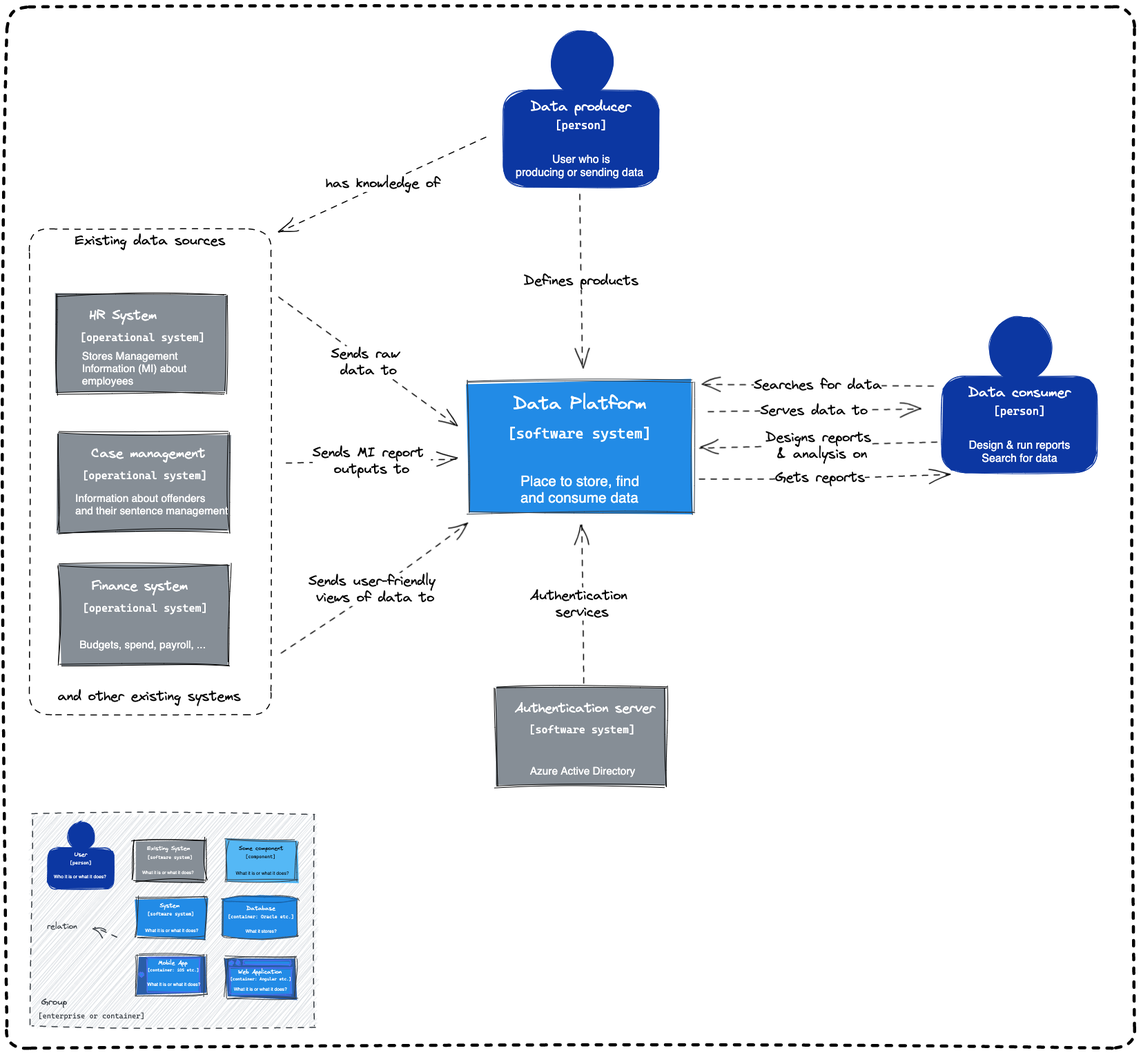
The Excalidraw diagram docs/source/documentation/diagrams/c4-model-level1.excalidraw.png in ministryofjustice/analytical-platform, before a commit. Source tidied: one line per element, renumbered; positions are measured from the earlier drawing's top-left corner, leaving out a move shared by most shapes.
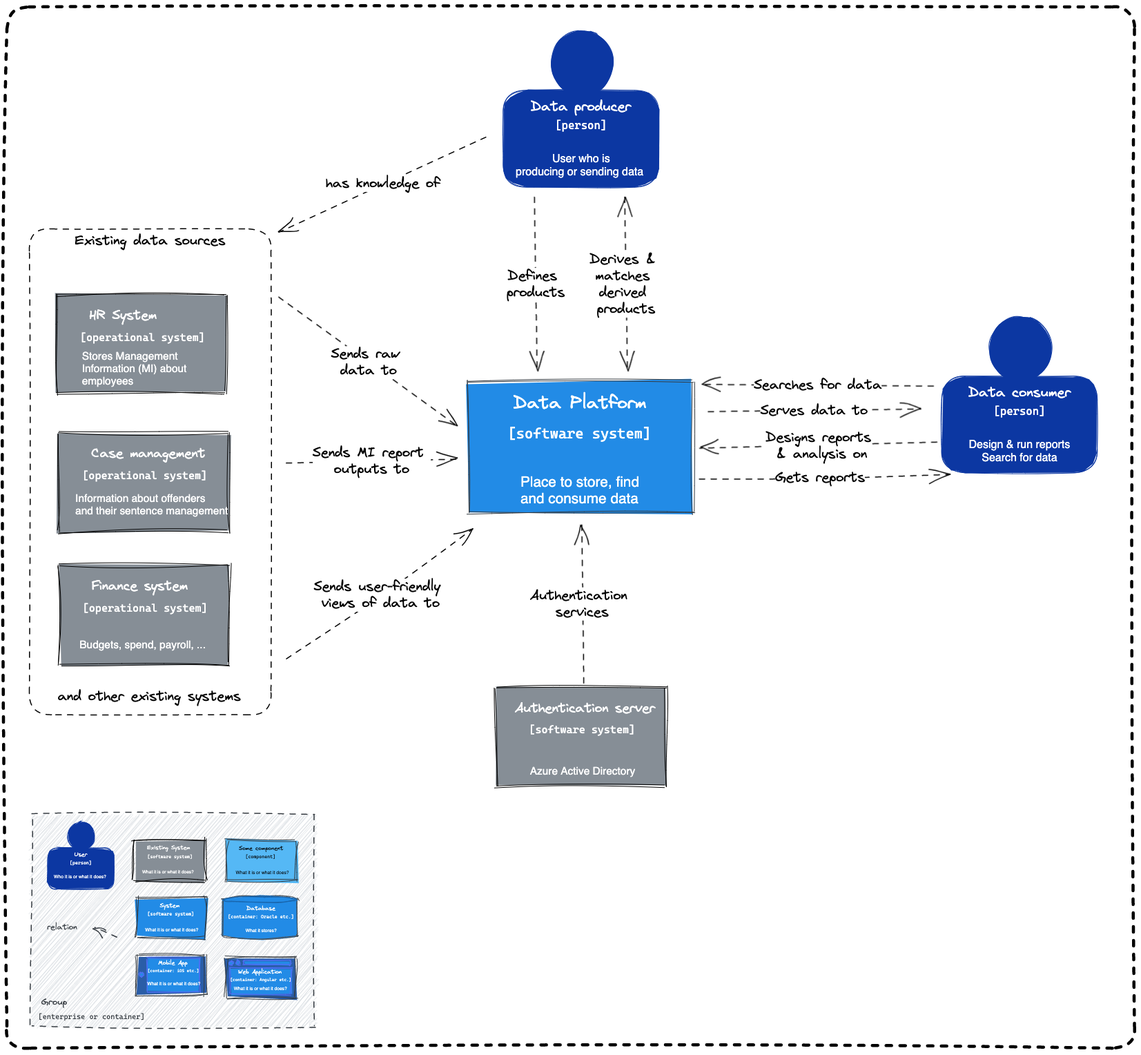
After the change.

Commit message:
add derived data

The edit, as a diff of the source:
```diff
@@ -48,8 +48,8 @@
 {"id": 47, "type": "text", "text": "[operational system]", "strokeColor": "#fff", "backgroundColor": "#55b8f5", "fillStyle": "solid", "strokeWidth": 1, "roughness": 1, "fontSize": 15.43, "fontFamily": 3, "textAlign": "center", "x": 109, "y": 670, "width": 181, "height": 18}
 {"id": 48, "type": "arrow", "strokeColor": "#000000", "strokeWidth": 1, "strokeStyle": "dashed", "roughness": 1, "endArrowhead": "arrow", "round": true, "from": 53, "to": 84, "x": 695, "y": 189, "width": 301, "height": 136, "points": [[0, 0], [-301, 136]]}
 {"id": 49, "type": "text", "text": "has knowledge of", "strokeColor": "#000000", "strokeWidth": 1, "strokeStyle": "dashed", "roughness": 1, "fontSize": 20, "fontFamily": 1, "textAlign": "center", "verticalAlign": "middle", "inside": 48, "x": 462, "y": 244, "width": 166, "height": 24}
-{"id": 50, "type": "arrow", "strokeColor": "#000000", "strokeWidth": 1, "strokeStyle": "dashed", "roughness": 1, "endArrowhead": "arrow", "round": true, "from": 53, "to": 41, "x": 830, "y": 271, "width": 4, "height": 252, "points": [[0, 0], [4, 252]]}
+{"id": 50, "type": "arrow", "strokeColor": "#000000", "strokeWidth": 1, "strokeStyle": "dashed", "roughness": 1, "endArrowhead": "arrow", "round": true, "from": 53, "to": 41, "x": 764, "y": 276, "width": 4, "height": 252, "points": [[0, 0], [4, 252]]}
-{"id": 51, "type": "text", "text": "Defines products", "strokeColor": "#000000", "strokeWidth": 1, "strokeStyle": "dashed", "roughness": 1, "fontSize": 20, "fontFamily": 1, "textAlign": "center", "verticalAlign": "middle", "inside": 50, "x": 749, "y": 385, "width": 166, "height": 24}
+{"id": 51, "type": "text", "text": "Defines \nproducts", "strokeColor": "#000000", "strokeWidth": 1, "strokeStyle": "dashed", "roughness": 1, "fontSize": 20, "fontFamily": 1, "textAlign": "center", "verticalAlign": "middle", "inside": 50, "x": 724, "y": 378, "width": 84, "height": 48}
 {"id": 52, "type": "ellipse", "strokeColor": "#0c37a2", "backgroundColor": "#0c37a2", "fillStyle": "solid", "strokeWidth": 1, "roughness": 1, "x": 788, "y": 34, "width": 90, "height": 95}
 {"id": 53, "type": "rectangle", "strokeColor": "#0c37a2", "backgroundColor": "#0c37a2", "fillStyle": "solid", "strokeWidth": 1, "roughness": 1, "round": true, "x": 719, "y": 121, "width": 225, "height": 140}
 {"id": 54, "type": "text", "text": "Data producer", "strokeColor": "#fff", "backgroundColor": "#0c37a2", "fillStyle": "solid", "strokeWidth": 1, "roughness": 1, "fontSize": 20, "fontFamily": 1, "textAlign": "center", "x": 759, "y": 133, "width": 145, "height": 24}
@@ -65,8 +65,8 @@
 {"id": 64, "type": "text", "text": "Stores Management \nInformation (MI) about\nemployees", "strokeColor": "#fff", "backgroundColor": "#55b8f5", "fillStyle": "solid", "strokeWidth": 1, "roughness": 1, "fontSize": 15.43, "fontFamily": 2, "x": 109, "y": 497, "width": 152, "height": 54}
 {"id": 65, "type": "arrow", "strokeColor": "#000000", "strokeWidth": 1, "strokeStyle": "dashed", "roughness": 1, "endArrowhead": "arrow", "round": true, "from": 84, "to": 41, "x": 405, "y": 661, "width": 247, "height": 6, "points": [[0, 0], [247, -6]]}
 {"id": 66, "type": "text", "text": "Sends MI report \noutputs to", "strokeColor": "#000000", "strokeWidth": 1, "roughness": 1, "fontSize": 20, "fontFamily": 1, "textAlign": "center", "verticalAlign": "middle", "inside": 65, "x": 443, "y": 634, "width": 171, "height": 48}
-{"id": 67, "type": "arrow", "strokeColor": "#000000", "strokeWidth": 1, "strokeStyle": "dashed", "roughness": 1, "endArrowhead": "arrow", "round": true, "from": 84, "to": 41, "x": 397, "y": 935, "width": 268, "height": 189, "points": [[0, 0], [136, -92], [268, -189]]}
+{"id": 67, "type": "arrow", "strokeColor": "#000000", "strokeWidth": 1, "strokeStyle": "dashed", "roughness": 1, "endArrowhead": "arrow", "round": true, "from": 84, "to": 41, "x": 405, "y": 944, "width": 268, "height": 189, "points": [[0, 0], [136, -92], [268, -189]]}
-{"id": 68, "type": "text", "text": "Sends user-friendly \nviews of data to", "strokeColor": "#000000", "strokeWidth": 1, "roughness": 1, "fontSize": 20, "fontFamily": 1, "textAlign": "center", "verticalAlign": "middle", "inside": 67, "x": 437, "y": 820, "width": 194, "height": 48}
+{"id": 68, "type": "text", "text": "Sends user-friendly \nviews of data to", "strokeColor": "#000000", "strokeWidth": 1, "roughness": 1, "fontSize": 20, "fontFamily": 1, "textAlign": "center", "verticalAlign": "middle", "inside": 67, "x": 445, "y": 828, "width": 194, "height": 48}
 {"id": 69, "type": "arrow", "strokeColor": "#000000", "strokeWidth": 1, "strokeStyle": "dashed", "roughness": 1, "endArrowhead": "arrow", "round": true, "from": 84, "to": 41, "x": 394, "y": 421, "width": 259, "height": 189, "points": [[0, 0], [259, 189]]}
 {"id": 70, "type": "text", "text": "Sends raw \ndata to", "strokeColor": "#000000", "strokeWidth": 1, "strokeStyle": "dashed", "roughness": 1, "fontSize": 20, "fontFamily": 1, "textAlign": "center", "verticalAlign": "middle", "inside": 69, "x": 470, "y": 491, "width": 109, "height": 48}
 {"id": 71, "type": "arrow", "strokeColor": "#000000", "strokeWidth": 1, "strokeStyle": "dashed", "roughness": 1, "endArrowhead": "arrow", "round": true, "from": 41, "to": 88, "x": 1016, "y": 588, "width": 307, "height": 6, "points": [[0, 0], [307, -6]]}
@@ -94,3 +94,5 @@
 {"id": 93, "type": "text", "text": "Authentication server", "strokeColor": "#fff", "backgroundColor": "#55b8f5", "fillStyle": "solid", "strokeWidth": 1, "roughness": 1, "fontSize": 19.23, "fontFamily": 1, "x": 736, "y": 1005, "width": 203, "height": 23}
 {"id": 94, "type": "text", "text": "[software system]", "strokeColor": "#fff", "backgroundColor": "#55b8f5", "fillStyle": "solid", "strokeWidth": 1, "roughness": 1, "fontSize": 15.43, "fontFamily": 3, "textAlign": "center", "x": 756, "y": 1038, "width": 154, "height": 18}
 {"id": 95, "type": "text", "text": "Azure Active Directory", "strokeColor": "#fff", "backgroundColor": "#55b8f5", "fillStyle": "solid", "strokeWidth": 1, "roughness": 1, "fontSize": 15.43, "fontFamily": 2, "x": 758, "y": 1098, "width": 153, "height": 18}
+{"id": 96, "type": "arrow", "strokeColor": "#000000", "strokeWidth": 1, "strokeStyle": "dashed", "roughness": 1, "startArrowhead": "arrow", "endArrowhead": "arrow", "round": true, "from": 53, "to": 41, "x": 895, "y": 276, "width": 4, "height": 252, "points": [[0, 0], [4, 252]]}
+{"id": 97, "type": "text", "text": "Derives & \nmatches \nderived \nproducts", "strokeColor": "#000000", "strokeWidth": 1, "strokeStyle": "dashed", "roughness": 1, "fontSize": 20, "fontFamily": 1, "textAlign": "center", "verticalAlign": "middle", "inside": 96, "x": 844, "y": 354, "width": 106, "height": 96}
```
